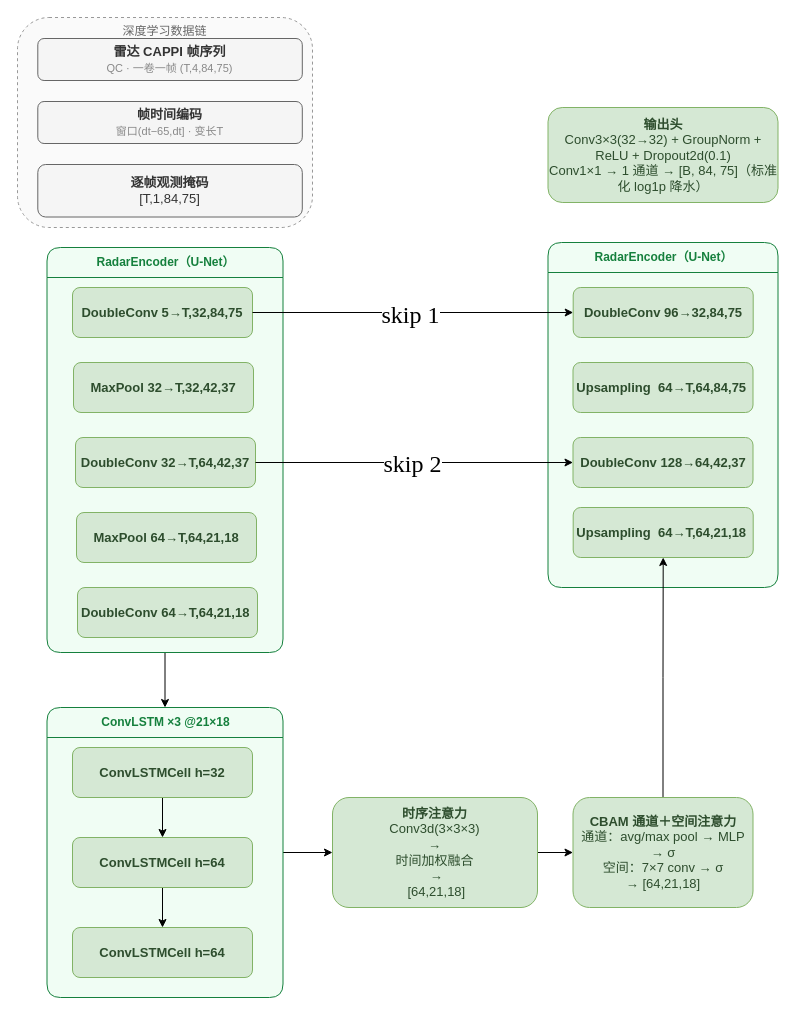
Before: page "第 3 页" (3 of 3) of STAR-QPE_模型架构图.drawio in MasterAnping/Test1, a draw.io diagram. Source tidied: cells renumbered, new cells numbered last; positions are measured from the earlier drawing's top-left corner, leaving out a move shared by most shapes. Both pictures are drawn from the tidied source at 100%, with x=0, y=0 at pixel (17, 17).
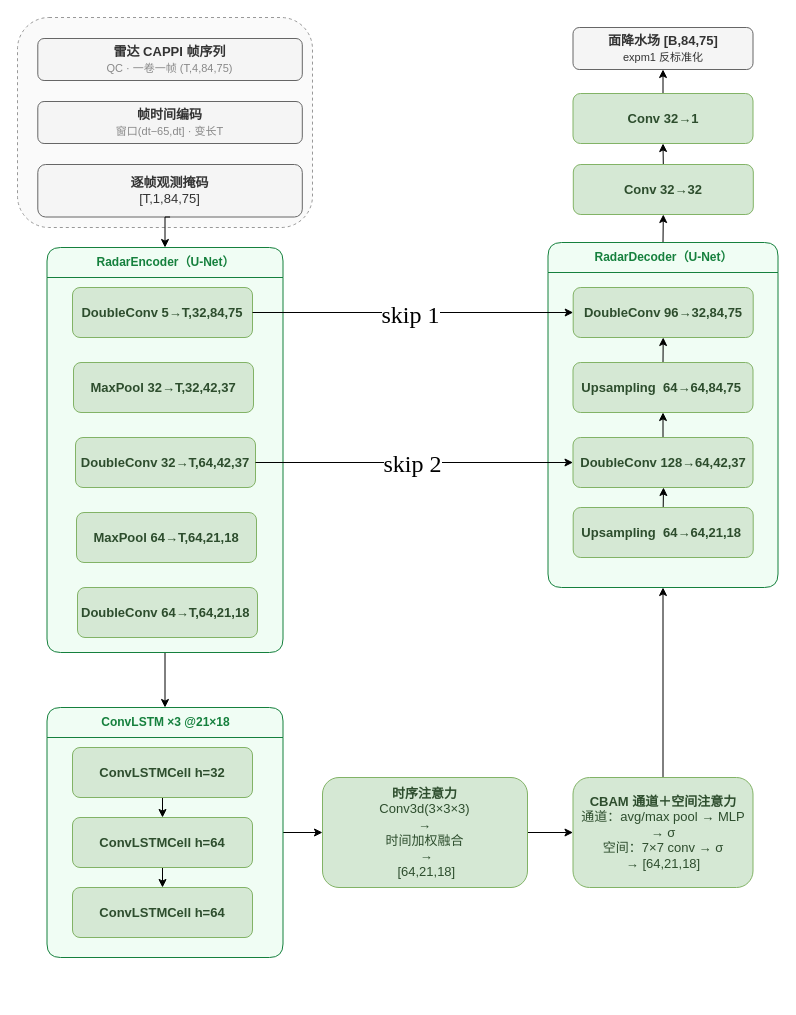
After the change.

Commit message:
更新STAR-QPE_模型架构图.drawio

The change refers to these unchanged cells:
```xml
<mxCell id="5" value="&lt;b&gt;DoubleConv 96→32,84,75&lt;/b&gt;" style="rounded=1;whiteSpace=wrap;html=1;fillColor=#d5e8d4;strokeColor=#82b366;fontColor=#2d4d2d;fontSize=13;" parent="2" vertex="1">
  <mxGeometry x="25.2" y="45" width="180" height="50" as="geometry" />
</mxCell>
<mxCell id="6" value="&lt;b&gt;DoubleConv 128→64,42,37&lt;/b&gt;" style="rounded=1;whiteSpace=wrap;html=1;fillColor=#d5e8d4;strokeColor=#82b366;fontColor=#2d4d2d;fontSize=13;" parent="2" vertex="1">
  <mxGeometry x="25" y="195" width="180" height="50" as="geometry" />
</mxCell>
<mxCell id="7" style="group;" parent="1" vertex="1">
  <mxGeometry width="295" height="210" as="geometry" />
</mxCell>
<mxCell id="11" value="&lt;b&gt;逐帧观测掩码&lt;/b&gt;&lt;div&gt;[T,1,84,75]&lt;/div&gt;" style="rounded=1;whiteSpace=wrap;html=1;fillColor=#f5f5f5;strokeColor=#666666;fontSize=13;fontColor=#333333;" parent="7" vertex="1">
  <mxGeometry x="20.3" y="147" width="264.5" height="52.5" as="geometry" />
</mxCell>
<mxCell id="13" value="RadarEncoder（U-Net）" style="swimlane;html=1;startSize=30;horizontal=1;fillColor=#f0fdf4;strokeColor=#15803d;swimlaneFillColor=#f0fdf4;fontColor=#15803d;fontSize=12;fontStyle=1;rounded=1;" parent="1" vertex="1">
  <mxGeometry x="29.5" y="230" width="236" height="405" as="geometry" />
</mxCell>
```

Diff of the diagram source:
```diff
@@
+    <mxCell id="35" style="edgeStyle=orthogonalEdgeStyle;rounded=0;jettySize=auto;html=1;exitX=0.5;exitY=0;exitDx=0;exitDy=0;entryX=0.5;entryY=1;entryDx=0;entryDy=0;" parent="1" edge="1" source="2" target="40">
+      <mxGeometry relative="1" as="geometry" />
+    </mxCell>
-    <mxCell id="2" value="RadarEncoder（U-Net）" style="swimlane;html=1;startSize=30;horizontal=1;fillColor=#f0fdf4;strokeColor=#15803d;swimlaneFillColor=#f0fdf4;fontColor=#15803d;fontSize=12;fontStyle=1;rounded=1;" parent="1" vertex="1">
+    <mxCell id="2" value="RadarDecoder（U-Net）" style="swimlane;html=1;startSize=30;horizontal=1;fillColor=#f0fdf4;strokeColor=#15803d;swimlaneFillColor=#f0fdf4;fontColor=#15803d;fontSize=12;fontStyle=1;rounded=1;" parent="1" vertex="1">
       <mxGeometry x="530.5" y="225" width="230" height="345" as="geometry" />
     </mxCell>
+    <mxCell id="36" style="edgeStyle=orthogonalEdgeStyle;rounded=0;jettySize=auto;html=1;exitX=0.5;exitY=0;exitDx=0;exitDy=0;" parent="2" edge="1" source="3">
+      <mxGeometry relative="1" as="geometry">
+        <mxPoint x="115.5" y="245" as="targetPoint" />
+      </mxGeometry>
+    </mxCell>
-    <mxCell id="3" value="&lt;b&gt;Upsampling&amp;nbsp; 64→T,64,21,18&amp;nbsp;&lt;/b&gt;" style="rounded=1;whiteSpace=wrap;html=1;fillColor=#d5e8d4;strokeColor=#82b366;fontColor=#2d4d2d;fontSize=13;" parent="2" vertex="1">
+    <mxCell id="3" value="&lt;b&gt;Upsampling&amp;nbsp; 64→64,21,18&amp;nbsp;&lt;/b&gt;" style="rounded=1;whiteSpace=wrap;html=1;fillColor=#d5e8d4;strokeColor=#82b366;fontColor=#2d4d2d;fontSize=13;" parent="2" vertex="1">
       <mxGeometry x="25.2" y="265" width="180" height="50" as="geometry" />
     </mxCell>
+    <mxCell id="37" style="edgeStyle=orthogonalEdgeStyle;rounded=0;jettySize=auto;html=1;exitX=0.5;exitY=0;exitDx=0;exitDy=0;entryX=0.5;entryY=1;entryDx=0;entryDy=0;" parent="2" edge="1" source="4" target="5">
+      <mxGeometry relative="1" as="geometry" />
+    </mxCell>
-    <mxCell id="4" value="&lt;b&gt;Upsampling&amp;nbsp; 64→T,64,84,75&amp;nbsp;&lt;/b&gt;" style="rounded=1;whiteSpace=wrap;html=1;fillColor=#d5e8d4;strokeColor=#82b366;fontColor=#2d4d2d;fontSize=13;" parent="2" vertex="1">
+    <mxCell id="4" value="&lt;b&gt;Upsampling&amp;nbsp; 64→64,84,75&amp;nbsp;&lt;/b&gt;" style="rounded=1;whiteSpace=wrap;html=1;fillColor=#d5e8d4;strokeColor=#82b366;fontColor=#2d4d2d;fontSize=13;" parent="2" vertex="1">
       <mxGeometry x="25" y="120" width="180" height="50" as="geometry" />
     </mxCell>
@@
+    <mxCell id="38" style="edgeStyle=orthogonalEdgeStyle;rounded=0;jettySize=auto;html=1;exitX=0.5;exitY=0;exitDx=0;exitDy=0;entryX=0.5;entryY=1;entryDx=0;entryDy=0;" parent="2" edge="1" source="6" target="4">
+      <mxGeometry relative="1" as="geometry" />
+    </mxCell>
@@
-    <mxCell id="8" value="深度学习数据链" style="rounded=1;dashed=1;whiteSpace=wrap;html=1;fillColor=#fafafa;strokeColor=#999999;verticalAlign=top;align=center;fontSize=12;fontColor=#666666;" parent="7" vertex="1">
+    <mxCell id="8" style="rounded=1;dashed=1;whiteSpace=wrap;html=1;fillColor=#fafafa;strokeColor=#999999;verticalAlign=top;align=center;fontSize=12;fontColor=#666666;" parent="7" vertex="1">
       <mxGeometry width="295" height="210" as="geometry" />
     </mxCell>
@@
     <mxCell id="20" value="&lt;b&gt;时序注意力&lt;/b&gt;&lt;br&gt;&lt;div&gt;Conv3d(3×3×3)&lt;/div&gt;&lt;div&gt;→&lt;/div&gt;&lt;div&gt;时间加权融合&lt;/div&gt;&lt;div&gt;&amp;nbsp;→&lt;/div&gt;&lt;div&gt;&amp;nbsp;[64,21,18]&lt;/div&gt;" style="rounded=1;whiteSpace=wrap;html=1;fillColor=#d5e8d4;strokeColor=#82b366;fontColor=#2d4d2d;fontSize=13;" parent="1" vertex="1">
-      <mxGeometry x="315" y="780" width="205" height="110" as="geometry" />
+      <mxGeometry x="305" y="760" width="205" height="110" as="geometry" />
     </mxCell>
-    <mxCell id="21" style="edgeStyle=orthogonalEdgeStyle;rounded=0;jettySize=auto;html=1;exitX=0.5;exitY=0;exitDx=0;exitDy=0;entryX=0.5;entryY=1;entryDx=0;entryDy=0;" parent="1" edge="1" source="22" target="3">
+    <mxCell id="21" style="edgeStyle=orthogonalEdgeStyle;rounded=0;jettySize=auto;html=1;exitX=0.5;exitY=0;exitDx=0;exitDy=0;entryX=0.5;entryY=1;entryDx=0;entryDy=0;" parent="1" edge="1" source="22" target="2">
       <mxGeometry relative="1" as="geometry" />
     </mxCell>
     <mxCell id="22" value="&lt;b&gt;CBAM 通道＋空间注意力&lt;/b&gt;&#10;通道：avg/max pool → MLP → σ&#10;空间：7×7 conv → σ&#10;→ [64,21,18]" style="rounded=1;whiteSpace=wrap;html=1;fillColor=#d5e8d4;strokeColor=#82b366;fontColor=#2d4d2d;fontSize=13;" parent="1" vertex="1">
-      <mxGeometry x="555.5" y="780" width="180" height="110" as="geometry" />
+      <mxGeometry x="555.5" y="760" width="180" height="110" as="geometry" />
     </mxCell>
-    <mxCell id="23" value="&lt;div&gt;&lt;b&gt;输出头&lt;/b&gt;&lt;/div&gt;&lt;div&gt;Conv3×3(32→32) + GroupNorm + ReLU + Dropout2d(0.1)&lt;br&gt;Conv1×1 → 1 通道 → [B, 84, 75]（标准化 log1p 降水）&lt;/div&gt;" style="rounded=1;whiteSpace=wrap;html=1;fillColor=#d5e8d4;strokeColor=#82b366;fontColor=#2d4d2d;fontSize=13;" parent="1" vertex="1">
-      <mxGeometry x="530.5" y="90" width="230" height="95" as="geometry" />
-    </mxCell>
@@
     <mxCell id="29" value="ConvLSTM ×3 @21×18" style="swimlane;html=1;startSize=30;horizontal=1;fillColor=#f0fdf4;strokeColor=#15803d;swimlaneFillColor=#f0fdf4;fontColor=#15803d;fontSize=12;fontStyle=1;rounded=1;" parent="1" vertex="1">
-      <mxGeometry x="29.5" y="690" width="236" height="290" as="geometry" />
+      <mxGeometry x="29.5" y="690" width="236" height="250" as="geometry" />
     </mxCell>
@@
     <mxCell id="33" value="&lt;b&gt;ConvLSTMCell h=64&lt;/b&gt;" style="rounded=1;whiteSpace=wrap;html=1;fillColor=#d5e8d4;strokeColor=#82b366;fontColor=#2d4d2d;fontSize=13;" parent="29" vertex="1">
-      <mxGeometry x="25.5" y="130" width="180" height="50" as="geometry" />
+      <mxGeometry x="25.5" y="110" width="180" height="50" as="geometry" />
     </mxCell>
     <mxCell id="34" value="&lt;b&gt;ConvLSTMCell h=64&lt;/b&gt;" style="rounded=1;whiteSpace=wrap;html=1;fillColor=#d5e8d4;strokeColor=#82b366;fontColor=#2d4d2d;fontSize=13;" parent="29" vertex="1">
-      <mxGeometry x="25.5" y="220" width="180" height="50" as="geometry" />
+      <mxGeometry x="25.5" y="180" width="180" height="50" as="geometry" />
     </mxCell>
+    <mxCell id="39" style="edgeStyle=orthogonalEdgeStyle;rounded=0;jettySize=auto;html=1;exitX=0.5;exitY=0;exitDx=0;exitDy=0;entryX=0.5;entryY=1;entryDx=0;entryDy=0;" parent="1" edge="1" source="40" target="42">
+      <mxGeometry relative="1" as="geometry" />
+    </mxCell>
+    <mxCell id="40" value="&lt;b&gt;Conv 32→32&lt;/b&gt;" style="rounded=1;whiteSpace=wrap;html=1;fillColor=#d5e8d4;strokeColor=#82b366;fontColor=#2d4d2d;fontSize=13;" parent="1" vertex="1">
+      <mxGeometry x="555.8" y="147" width="180" height="50" as="geometry" />
+    </mxCell>
+    <mxCell id="41" style="edgeStyle=orthogonalEdgeStyle;rounded=0;jettySize=auto;html=1;exitX=0.5;exitY=0;exitDx=0;exitDy=0;entryX=0.5;entryY=1;entryDx=0;entryDy=0;" parent="1" edge="1" source="42" target="43">
+      <mxGeometry relative="1" as="geometry" />
+    </mxCell>
+    <mxCell id="42" value="&lt;b&gt;Conv 32→1&lt;/b&gt;" style="rounded=1;whiteSpace=wrap;html=1;fillColor=#d5e8d4;strokeColor=#82b366;fontColor=#2d4d2d;fontSize=13;" parent="1" vertex="1">
+      <mxGeometry x="555.5" y="76" width="180" height="50" as="geometry" />
+    </mxCell>
+    <mxCell id="43" value="&lt;div&gt;&lt;b&gt;面降水场 [B,84,75]&lt;/b&gt;&lt;/div&gt;&lt;div&gt;&lt;font style=&quot;font-size: 11px;&quot;&gt;expm1 反标准化&lt;/font&gt;&lt;/div&gt;" style="rounded=1;whiteSpace=wrap;html=1;fillColor=#f5f5f5;strokeColor=#666666;fontSize=13;fontColor=#333333;" parent="1" vertex="1">
+      <mxGeometry x="555.5" y="10" width="180" height="42" as="geometry" />
+    </mxCell>
+    <mxCell id="44" style="edgeStyle=orthogonalEdgeStyle;rounded=0;jettySize=auto;html=1;exitX=0.5;exitY=1;exitDx=0;exitDy=0;entryX=0.5;entryY=0;entryDx=0;entryDy=0;" parent="1" edge="1" source="11" target="13">
+      <mxGeometry relative="1" as="geometry" />
+    </mxCell>
```
